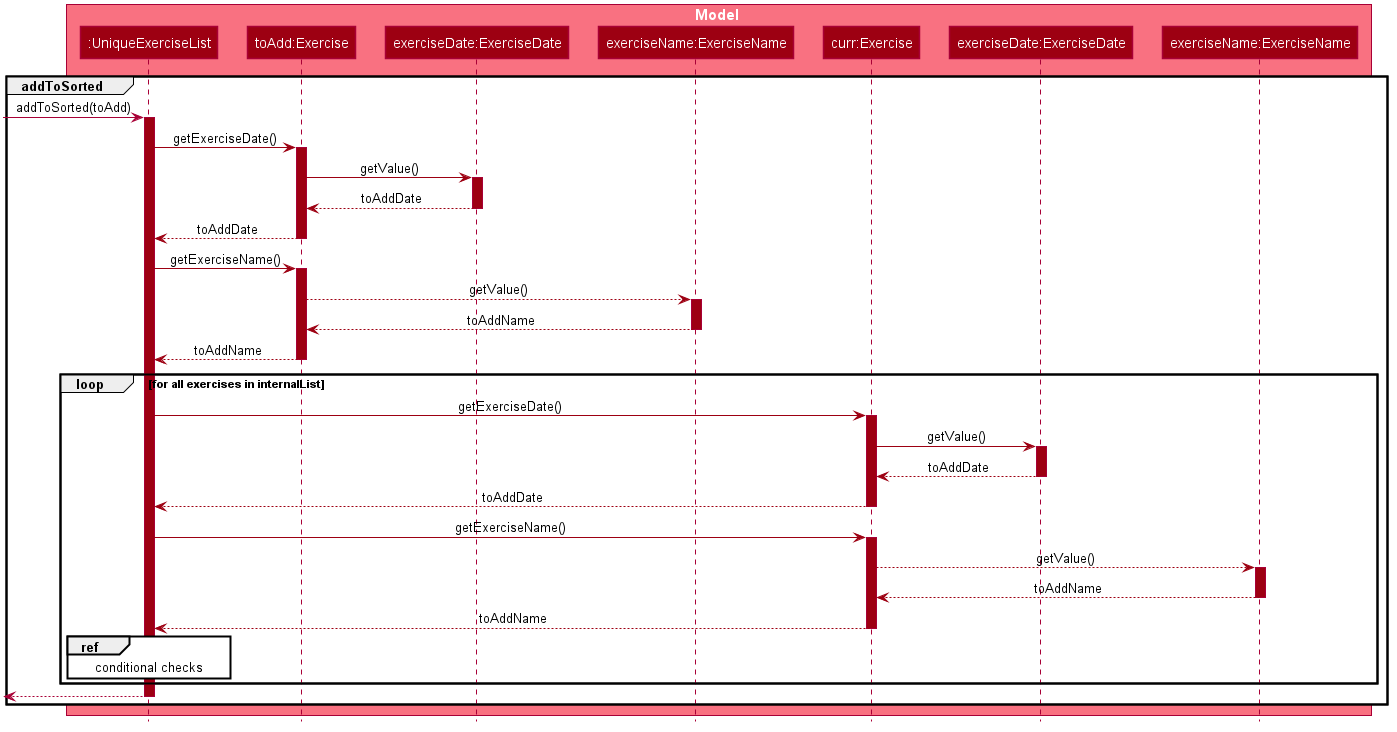
The PlantUML diagram docs/images/AddExerciseCommandSequenceDiagramPart2.png in nus-cs2103-AY1920S2/addressbook-level3, before a commit.
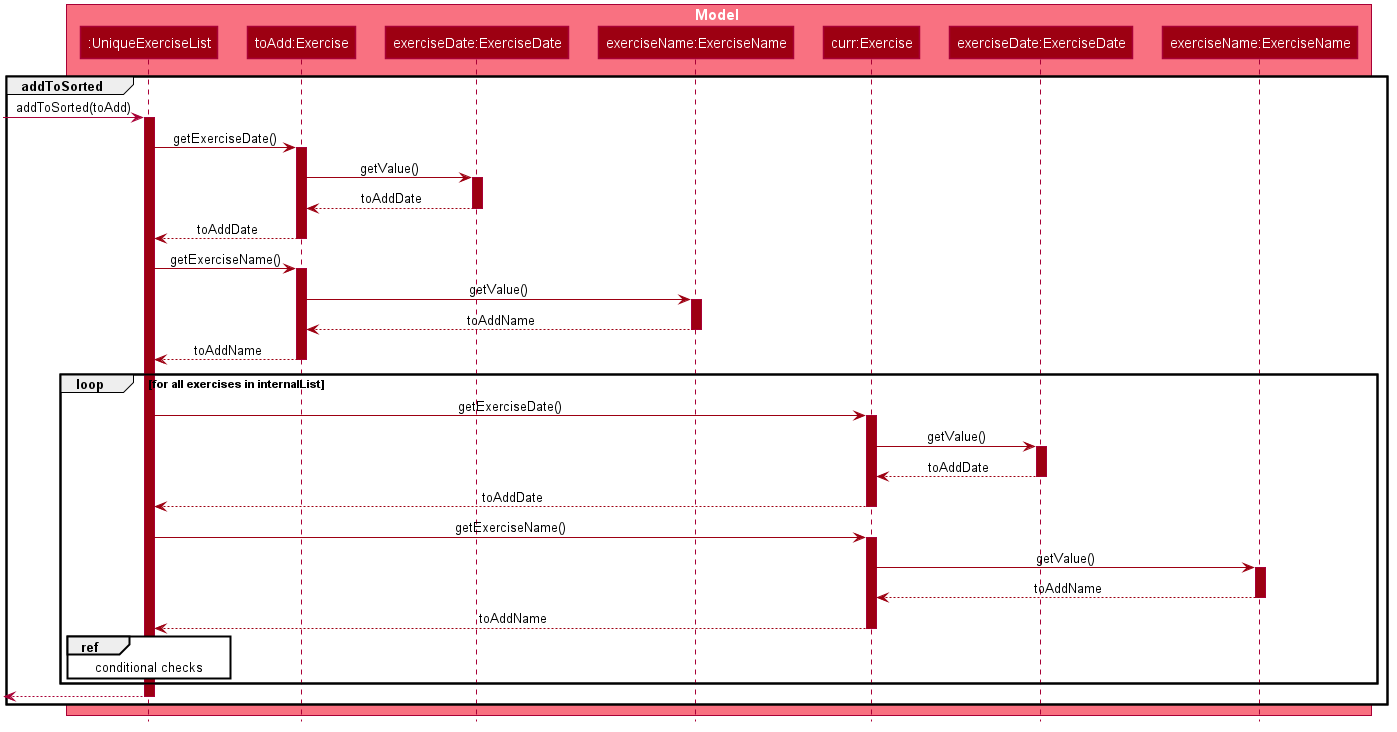
After the commit.

What changed in the source:
```diff
@@ -77,7 +77,7 @@
         exerciseList -[#9D0012]> toAddExercise : getExerciseName()
         activate toAddExercise #9D0012
 
-        toAddExercise --[#9D0012]> toAddExerciseName : getValue()
+        toAddExercise -[#9D0012]> toAddExerciseName : getValue()
         activate toAddExerciseName #9D0012
 
         toAddExerciseName --[#9D0012]> toAddExercise : toAddName
@@ -103,7 +103,7 @@
         exerciseList -[#9D0012]> currExercise : getExerciseName()
         activate currExercise #9D0012
 
-        currExercise --[#9D0012]> currExerciseName : getValue()
+        currExercise -[#9D0012]> currExerciseName : getValue()
         activate currExerciseName #9D0012
 
         currExerciseName --[#9D0012]> currExercise : toAddName
```
